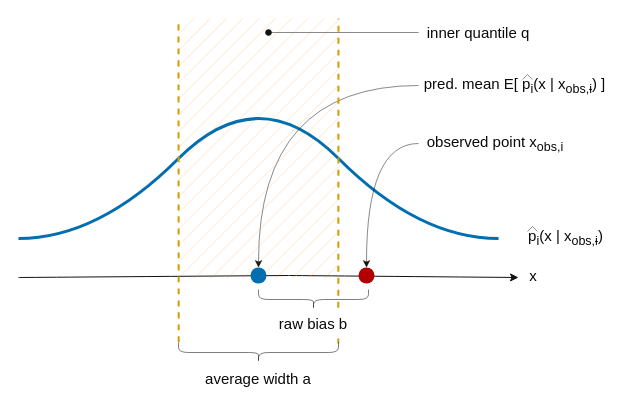
Earlier version of the draw.io diagram page "09" (11 of 15) of figures/imputation_metrics/time_series.drawio (joshuawe/sepsis). Source tidied: cells renumbered, new cells numbered last; positions are measured from the earlier drawing's top-left corner, leaving out a move shared by most shapes. Both pictures are drawn from the tidied source at 100%, with x=0, y=0 at pixel (18, 17).
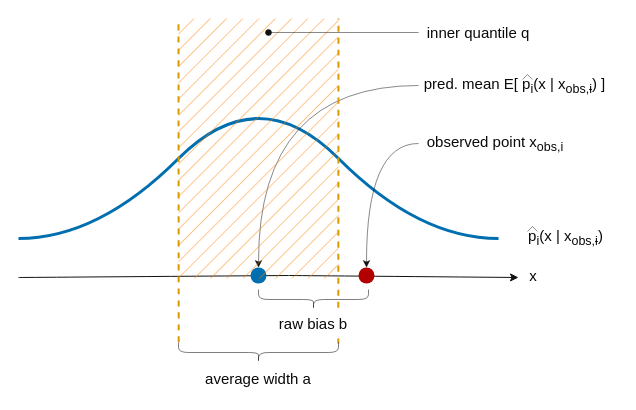
The same diagram, later.

Diff of the diagram source:
```diff
@@
-    <mxCell id="24" style="rounded=0;whiteSpace=wrap;html=1;fillStyle=hatch;strokeWidth=1;fontSize=15;fontColor=#0a0a0a;fillColor=#FF8000;gradientColor=none;opacity=20;strokeColor=none;" parent="21" vertex="1">
+    <mxCell id="24" style="rounded=0;whiteSpace=wrap;html=1;fillStyle=hatch;strokeWidth=1;fontSize=15;fontColor=#0a0a0a;fillColor=#FF8000;gradientColor=none;opacity=60;strokeColor=none;" parent="21" vertex="1">
       <mxGeometry x="160" y="1" width="160" height="260" as="geometry" />
     </mxCell>
```
